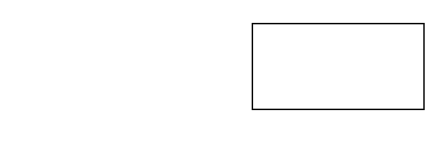
jiangliu123456/DB keeps this draw.io diagram as 未命名绘图.drawio. Above is the earlier version. Source tidied: cells renumbered, new cells numbered last; positions are measured from the earlier drawing's top-left corner, leaving out a move shared by most shapes. Both pictures are drawn from the tidied source at 143%, with x=0, y=0 at pixel (252, 23).
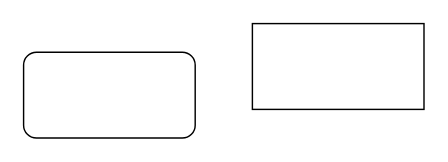
The same diagram, later.

Diff of the diagram source:
```diff
@@
 <mxGraphModel>
   <root>
     <mxCell id="0" />
     <mxCell id="1" parent="0" />
     <mxCell id="2" style="rounded=0;whiteSpace=wrap;html=1;" parent="1" vertex="1">
       <mxGeometry width="120" height="60" as="geometry" />
     </mxCell>
+    <mxCell id="3" style="rounded=1;whiteSpace=wrap;html=1;" parent="1" vertex="1">
+      <mxGeometry x="-160" y="20" width="120" height="60" as="geometry" />
+    </mxCell>
   </root>
 </mxGraphModel>
```
